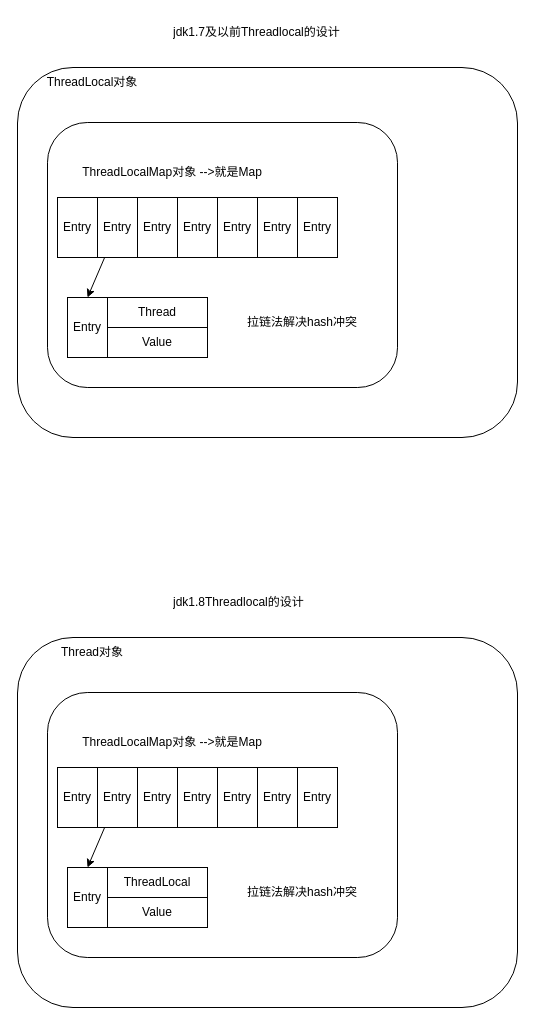
The draw.io diagram JVM/Threadlocal原理图.drawio in Chaimek/LearnPictures, before the edit. Source tidied: cells renumbered, new cells numbered last; positions are measured from the earlier drawing's top-left corner, leaving out a move shared by most shapes. Both pictures are drawn from the tidied source at 100%, with x=0, y=0 at pixel (17, 17).
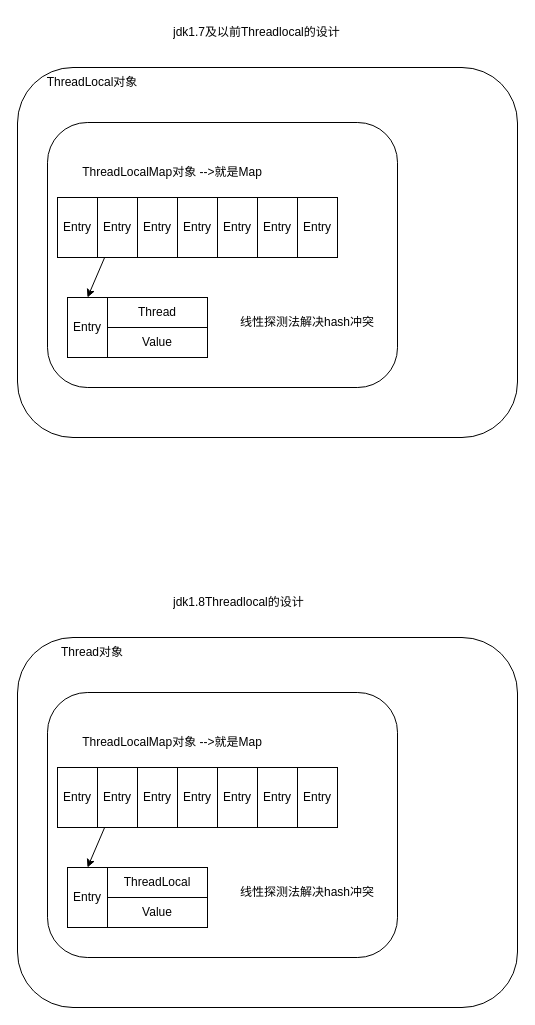
After the change.

Commit message (it also covers changes not shown here):
更新Threadlocal原理图.drawio

What changed in the source:
```diff
@@
-    <mxCell id="18" value="拉链法解决hash冲突" style="text;html=1;strokeColor=none;fillColor=none;align=center;verticalAlign=middle;whiteSpace=wrap;rounded=0;" parent="1" vertex="1">
-      <mxGeometry x="220" y="290" width="130" height="30" as="geometry" />
+    <mxCell id="18" value="线性探测法解决hash冲突" style="text;html=1;strokeColor=none;fillColor=none;align=center;verticalAlign=middle;whiteSpace=wrap;rounded=0;" parent="1" vertex="1">
+      <mxGeometry x="220" y="290" width="140" height="30" as="geometry" />
     </mxCell>
@@
-    <mxCell id="35" value="拉链法解决hash冲突" style="text;html=1;strokeColor=none;fillColor=none;align=center;verticalAlign=middle;whiteSpace=wrap;rounded=0;" parent="1" vertex="1">
-      <mxGeometry x="220" y="860" width="130" height="30" as="geometry" />
+    <mxCell id="35" value="线性探测法解决hash冲突" style="text;html=1;strokeColor=none;fillColor=none;align=center;verticalAlign=middle;whiteSpace=wrap;rounded=0;" parent="1" vertex="1">
+      <mxGeometry x="210" y="860" width="160" height="30" as="geometry" />
     </mxCell>
```
